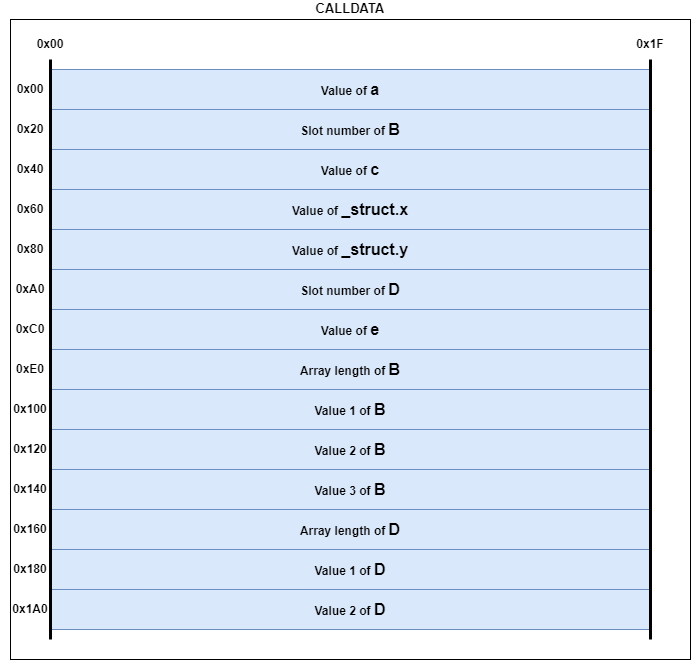
zigtur/Rareskills-Solidity-Bootcamp keeps this draw.io diagram as General/images/calldata-layout.png. Above is the earlier version. Source tidied: cells renumbered, new cells last; positions are measured from the earlier drawing's top-left corner, leaving out a move shared by most shapes. Its diagram source:
```xml
<mxGraphModel>
  <root>
    <mxCell id="0" />
    <mxCell id="1" parent="0" />
    <mxCell id="2" value="&lt;b&gt;&lt;font style=&quot;font-size: 13px;&quot;&gt;CALLDATA&lt;/font&gt;&lt;/b&gt;" style="rounded=0;whiteSpace=wrap;html=1;labelPosition=center;verticalLabelPosition=top;align=center;verticalAlign=bottom;" parent="1" vertex="1">
      <mxGeometry x="10" width="680" height="640" as="geometry" />
    </mxCell>
    <mxCell id="3" value="&lt;b&gt;Value of &lt;font style=&quot;font-size: 16px;&quot;&gt;a&lt;/font&gt;&lt;/b&gt;" style="rounded=0;whiteSpace=wrap;html=1;fillColor=#dae8fc;strokeColor=#6c8ebf;" parent="1" vertex="1">
      <mxGeometry x="50" y="50" width="600" height="40" as="geometry" />
    </mxCell>
    <mxCell id="4" value="&lt;b&gt;Slot number of &lt;font style=&quot;font-size: 16px;&quot;&gt;B&lt;/font&gt;&lt;/b&gt;" style="rounded=0;whiteSpace=wrap;html=1;fillColor=#dae8fc;strokeColor=#6c8ebf;" parent="1" vertex="1">
      <mxGeometry x="50" y="90" width="600" height="40" as="geometry" />
    </mxCell>
    <mxCell id="5" value="&lt;b&gt;Value of &lt;font style=&quot;font-size: 16px;&quot;&gt;c&lt;/font&gt;&lt;/b&gt;" style="rounded=0;whiteSpace=wrap;html=1;fillColor=#dae8fc;strokeColor=#6c8ebf;" parent="1" vertex="1">
      <mxGeometry x="50" y="130" width="600" height="40" as="geometry" />
    </mxCell>
    <mxCell id="6" value="&lt;b&gt;Value of &lt;font style=&quot;font-size: 16px;&quot;&gt;_struct.x&lt;/font&gt;&lt;/b&gt;" style="rounded=0;whiteSpace=wrap;html=1;fillColor=#dae8fc;strokeColor=#6c8ebf;" parent="1" vertex="1">
      <mxGeometry x="50" y="170" width="600" height="40" as="geometry" />
    </mxCell>
    <mxCell id="7" value="0x00" style="text;html=1;strokeColor=none;fillColor=none;align=center;verticalAlign=middle;whiteSpace=wrap;rounded=0;fontStyle=1;" parent="1" vertex="1">
      <mxGeometry x="20" y="10" width="60" height="30" as="geometry" />
    </mxCell>
    <mxCell id="8" value="0x1F" style="text;html=1;strokeColor=none;fillColor=none;align=center;verticalAlign=middle;whiteSpace=wrap;rounded=0;fontStyle=1;" parent="1" vertex="1">
      <mxGeometry x="620" y="10" width="60" height="30" as="geometry" />
    </mxCell>
    <mxCell id="9" value="0x00" style="text;html=1;strokeColor=none;fillColor=none;align=center;verticalAlign=middle;whiteSpace=wrap;rounded=0;fontStyle=1;" parent="1" vertex="1">
      <mxGeometry y="55" width="60" height="30" as="geometry" />
    </mxCell>
    <mxCell id="10" value="0x20" style="text;html=1;strokeColor=none;fillColor=none;align=center;verticalAlign=middle;whiteSpace=wrap;rounded=0;fontStyle=1;" parent="1" vertex="1">
      <mxGeometry y="95" width="60" height="30" as="geometry" />
    </mxCell>
    <mxCell id="11" value="0x40" style="text;html=1;strokeColor=none;fillColor=none;align=center;verticalAlign=middle;whiteSpace=wrap;rounded=0;fontStyle=1;" parent="1" vertex="1">
      <mxGeometry y="135" width="60" height="30" as="geometry" />
    </mxCell>
    <mxCell id="12" value="0x60" style="text;html=1;strokeColor=none;fillColor=none;align=center;verticalAlign=middle;whiteSpace=wrap;rounded=0;fontStyle=1;" parent="1" vertex="1">
      <mxGeometry y="175" width="60" height="30" as="geometry" />
    </mxCell>
    <mxCell id="13" value="&lt;b&gt;Value of &lt;font style=&quot;font-size: 16px;&quot;&gt;_struct.y&lt;/font&gt;&lt;/b&gt;" style="rounded=0;whiteSpace=wrap;html=1;fillColor=#dae8fc;strokeColor=#6c8ebf;" parent="1" vertex="1">
      <mxGeometry x="50" y="210" width="600" height="40" as="geometry" />
    </mxCell>
    <mxCell id="14" value="&lt;b style=&quot;border-color: var(--border-color);&quot;&gt;Slot number of &lt;span style=&quot;font-size: 16px;&quot;&gt;D&lt;/span&gt;&lt;/b&gt;" style="rounded=0;whiteSpace=wrap;html=1;fillColor=#dae8fc;strokeColor=#6c8ebf;" parent="1" vertex="1">
      <mxGeometry x="50" y="250" width="600" height="40" as="geometry" />
    </mxCell>
    <mxCell id="15" value="&lt;b&gt;Value of &lt;span style=&quot;font-size: 16px;&quot;&gt;e&lt;/span&gt;&lt;/b&gt;" style="rounded=0;whiteSpace=wrap;html=1;fillColor=#dae8fc;strokeColor=#6c8ebf;" parent="1" vertex="1">
      <mxGeometry x="50" y="290" width="600" height="40" as="geometry" />
    </mxCell>
    <mxCell id="16" value="&lt;b&gt;Array length of&amp;nbsp;&lt;font style=&quot;font-size: 16px;&quot;&gt;B&lt;/font&gt;&lt;/b&gt;" style="rounded=0;whiteSpace=wrap;html=1;fillColor=#dae8fc;strokeColor=#6c8ebf;" parent="1" vertex="1">
      <mxGeometry x="50" y="330" width="600" height="40" as="geometry" />
    </mxCell>
    <mxCell id="17" value="&lt;b&gt;Value 1 of&amp;nbsp;&lt;font style=&quot;font-size: 16px;&quot;&gt;B&lt;/font&gt;&lt;/b&gt;" style="rounded=0;whiteSpace=wrap;html=1;fillColor=#dae8fc;strokeColor=#6c8ebf;" parent="1" vertex="1">
      <mxGeometry x="50" y="370" width="600" height="40" as="geometry" />
    </mxCell>
    <mxCell id="18" value="&lt;b&gt;Value 2 of&amp;nbsp;&lt;font style=&quot;font-size: 16px;&quot;&gt;B&lt;/font&gt;&lt;/b&gt;" style="rounded=0;whiteSpace=wrap;html=1;fillColor=#dae8fc;strokeColor=#6c8ebf;" parent="1" vertex="1">
      <mxGeometry x="50" y="410" width="600" height="40" as="geometry" />
    </mxCell>
    <mxCell id="19" value="&lt;b&gt;Value 3 of&amp;nbsp;&lt;font style=&quot;font-size: 16px;&quot;&gt;B&lt;/font&gt;&lt;/b&gt;" style="rounded=0;whiteSpace=wrap;html=1;fillColor=#dae8fc;strokeColor=#6c8ebf;" parent="1" vertex="1">
      <mxGeometry x="50" y="450" width="600" height="40" as="geometry" />
    </mxCell>
    <mxCell id="20" value="&lt;b&gt;Array length of &lt;span style=&quot;font-size: 16px;&quot;&gt;D&lt;/span&gt;&lt;/b&gt;" style="rounded=0;whiteSpace=wrap;html=1;fillColor=#dae8fc;strokeColor=#6c8ebf;" parent="1" vertex="1">
      <mxGeometry x="50" y="490" width="600" height="40" as="geometry" />
    </mxCell>
    <mxCell id="21" value="&lt;b style=&quot;border-color: var(--border-color);&quot;&gt;Value 1 of &lt;span style=&quot;font-size: 16px;&quot;&gt;D&lt;/span&gt;&lt;/b&gt;" style="rounded=0;whiteSpace=wrap;html=1;fillColor=#dae8fc;strokeColor=#6c8ebf;" parent="1" vertex="1">
      <mxGeometry x="50" y="530" width="600" height="40" as="geometry" />
    </mxCell>
    <mxCell id="22" value="&lt;b style=&quot;border-color: var(--border-color);&quot;&gt;Value 2 of &lt;span style=&quot;font-size: 16px;&quot;&gt;D&lt;/span&gt;&lt;/b&gt;" style="rounded=0;whiteSpace=wrap;html=1;fillColor=#dae8fc;strokeColor=#6c8ebf;" parent="1" vertex="1">
      <mxGeometry x="50" y="570" width="600" height="40" as="geometry" />
    </mxCell>
    <mxCell id="23" style="endArrow=none;html=1;rounded=0;strokeWidth=3;" parent="1" edge="1">
      <mxGeometry relative="1" as="geometry">
        <mxPoint x="650" y="620" as="sourcePoint" />
        <mxPoint x="650" y="40" as="targetPoint" />
      </mxGeometry>
    </mxCell>
    <mxCell id="24" style="endArrow=none;html=1;rounded=0;strokeWidth=3;" parent="1" edge="1">
      <mxGeometry relative="1" as="geometry">
        <mxPoint x="50" y="620" as="sourcePoint" />
        <mxPoint x="50" y="40" as="targetPoint" />
      </mxGeometry>
    </mxCell>
    <mxCell id="25" value="0x80" style="text;html=1;strokeColor=none;fillColor=none;align=center;verticalAlign=middle;whiteSpace=wrap;rounded=0;fontStyle=1;" parent="1" vertex="1">
      <mxGeometry y="215" width="60" height="30" as="geometry" />
    </mxCell>
    <mxCell id="26" value="0xA0" style="text;html=1;strokeColor=none;fillColor=none;align=center;verticalAlign=middle;whiteSpace=wrap;rounded=0;fontStyle=1;" parent="1" vertex="1">
      <mxGeometry y="255" width="60" height="30" as="geometry" />
    </mxCell>
    <mxCell id="27" value="0xC0" style="text;html=1;strokeColor=none;fillColor=none;align=center;verticalAlign=middle;whiteSpace=wrap;rounded=0;fontStyle=1;" parent="1" vertex="1">
      <mxGeometry y="295" width="60" height="30" as="geometry" />
    </mxCell>
    <mxCell id="28" value="0xE0" style="text;html=1;strokeColor=none;fillColor=none;align=center;verticalAlign=middle;whiteSpace=wrap;rounded=0;fontStyle=1;" parent="1" vertex="1">
      <mxGeometry y="335" width="60" height="30" as="geometry" />
    </mxCell>
    <mxCell id="29" value="0x100" style="text;html=1;strokeColor=none;fillColor=none;align=center;verticalAlign=middle;whiteSpace=wrap;rounded=0;fontStyle=1;" parent="1" vertex="1">
      <mxGeometry y="375" width="60" height="30" as="geometry" />
    </mxCell>
    <mxCell id="30" value="0x120" style="text;html=1;strokeColor=none;fillColor=none;align=center;verticalAlign=middle;whiteSpace=wrap;rounded=0;fontStyle=1;" parent="1" vertex="1">
      <mxGeometry y="415" width="60" height="30" as="geometry" />
    </mxCell>
    <mxCell id="31" value="0x140" style="text;html=1;strokeColor=none;fillColor=none;align=center;verticalAlign=middle;whiteSpace=wrap;rounded=0;fontStyle=1;" parent="1" vertex="1">
      <mxGeometry y="455" width="60" height="30" as="geometry" />
    </mxCell>
    <mxCell id="32" value="0x160" style="text;html=1;strokeColor=none;fillColor=none;align=center;verticalAlign=middle;whiteSpace=wrap;rounded=0;fontStyle=1;" parent="1" vertex="1">
      <mxGeometry y="495" width="60" height="30" as="geometry" />
    </mxCell>
    <mxCell id="33" value="0x180" style="text;html=1;strokeColor=none;fillColor=none;align=center;verticalAlign=middle;whiteSpace=wrap;rounded=0;fontStyle=1;" parent="1" vertex="1">
      <mxGeometry y="535" width="60" height="30" as="geometry" />
    </mxCell>
    <mxCell id="34" value="0x1A0" style="text;html=1;strokeColor=none;fillColor=none;align=center;verticalAlign=middle;whiteSpace=wrap;rounded=0;fontStyle=1;" parent="1" vertex="1">
      <mxGeometry y="575" width="60" height="30" as="geometry" />
    </mxCell>
  </root>
</mxGraphModel>
```
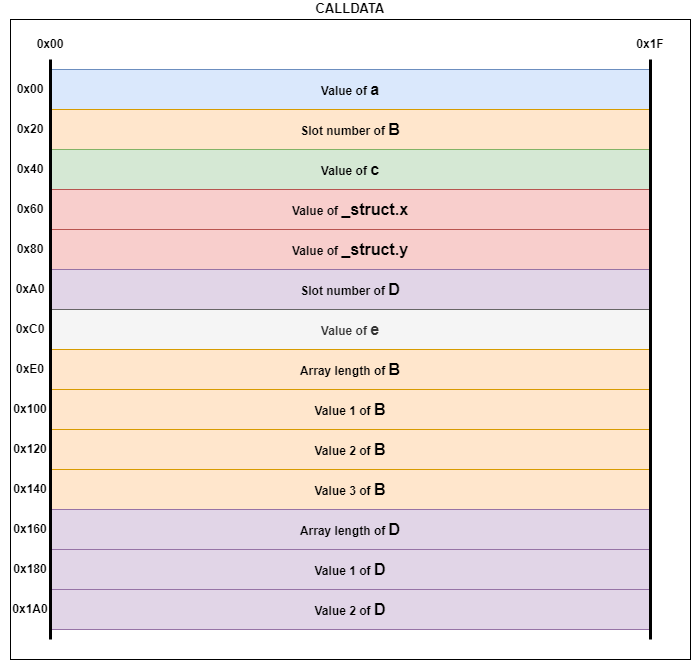
The same file after the commit.

Commit message:
Week11 - Adding color to drawing of Yual-and-Assembly.md

Change to the diagram source:
```diff
@@ -8,13 +8,13 @@
     <mxCell id="3" value="&lt;b&gt;Value of &lt;font style=&quot;font-size: 16px;&quot;&gt;a&lt;/font&gt;&lt;/b&gt;" style="rounded=0;whiteSpace=wrap;html=1;fillColor=#dae8fc;strokeColor=#6c8ebf;" parent="1" vertex="1">
       <mxGeometry x="50" y="50" width="600" height="40" as="geometry" />
     </mxCell>
-    <mxCell id="4" value="&lt;b&gt;Slot number of &lt;font style=&quot;font-size: 16px;&quot;&gt;B&lt;/font&gt;&lt;/b&gt;" style="rounded=0;whiteSpace=wrap;html=1;fillColor=#dae8fc;strokeColor=#6c8ebf;" parent="1" vertex="1">
+    <mxCell id="4" value="&lt;b&gt;Slot number of &lt;font style=&quot;font-size: 16px;&quot;&gt;B&lt;/font&gt;&lt;/b&gt;" style="rounded=0;whiteSpace=wrap;html=1;fillColor=#ffe6cc;strokeColor=#d79b00;" parent="1" vertex="1">
       <mxGeometry x="50" y="90" width="600" height="40" as="geometry" />
     </mxCell>
-    <mxCell id="5" value="&lt;b&gt;Value of &lt;font style=&quot;font-size: 16px;&quot;&gt;c&lt;/font&gt;&lt;/b&gt;" style="rounded=0;whiteSpace=wrap;html=1;fillColor=#dae8fc;strokeColor=#6c8ebf;" parent="1" vertex="1">
+    <mxCell id="5" value="&lt;b&gt;Value of &lt;font style=&quot;font-size: 16px;&quot;&gt;c&lt;/font&gt;&lt;/b&gt;" style="rounded=0;whiteSpace=wrap;html=1;fillColor=#d5e8d4;strokeColor=#82b366;" parent="1" vertex="1">
       <mxGeometry x="50" y="130" width="600" height="40" as="geometry" />
     </mxCell>
-    <mxCell id="6" value="&lt;b&gt;Value of &lt;font style=&quot;font-size: 16px;&quot;&gt;_struct.x&lt;/font&gt;&lt;/b&gt;" style="rounded=0;whiteSpace=wrap;html=1;fillColor=#dae8fc;strokeColor=#6c8ebf;" parent="1" vertex="1">
+    <mxCell id="6" value="&lt;b&gt;Value of &lt;font style=&quot;font-size: 16px;&quot;&gt;_struct.x&lt;/font&gt;&lt;/b&gt;" style="rounded=0;whiteSpace=wrap;html=1;fillColor=#f8cecc;strokeColor=#b85450;" parent="1" vertex="1">
       <mxGeometry x="50" y="170" width="600" height="40" as="geometry" />
     </mxCell>
     <mxCell id="7" value="0x00" style="text;html=1;strokeColor=none;fillColor=none;align=center;verticalAlign=middle;whiteSpace=wrap;rounded=0;fontStyle=1;" parent="1" vertex="1">
@@ -35,34 +35,34 @@
     <mxCell id="12" value="0x60" style="text;html=1;strokeColor=none;fillColor=none;align=center;verticalAlign=middle;whiteSpace=wrap;rounded=0;fontStyle=1;" parent="1" vertex="1">
       <mxGeometry y="175" width="60" height="30" as="geometry" />
     </mxCell>
-    <mxCell id="13" value="&lt;b&gt;Value of &lt;font style=&quot;font-size: 16px;&quot;&gt;_struct.y&lt;/font&gt;&lt;/b&gt;" style="rounded=0;whiteSpace=wrap;html=1;fillColor=#dae8fc;strokeColor=#6c8ebf;" parent="1" vertex="1">
+    <mxCell id="13" value="&lt;b&gt;Value of &lt;font style=&quot;font-size: 16px;&quot;&gt;_struct.y&lt;/font&gt;&lt;/b&gt;" style="rounded=0;whiteSpace=wrap;html=1;fillColor=#f8cecc;strokeColor=#b85450;" parent="1" vertex="1">
       <mxGeometry x="50" y="210" width="600" height="40" as="geometry" />
     </mxCell>
-    <mxCell id="14" value="&lt;b style=&quot;border-color: var(--border-color);&quot;&gt;Slot number of &lt;span style=&quot;font-size: 16px;&quot;&gt;D&lt;/span&gt;&lt;/b&gt;" style="rounded=0;whiteSpace=wrap;html=1;fillColor=#dae8fc;strokeColor=#6c8ebf;" parent="1" vertex="1">
+    <mxCell id="14" value="&lt;b style=&quot;border-color: var(--border-color);&quot;&gt;Slot number of &lt;span style=&quot;font-size: 16px;&quot;&gt;D&lt;/span&gt;&lt;/b&gt;" style="rounded=0;whiteSpace=wrap;html=1;fillColor=#e1d5e7;strokeColor=#9673a6;" parent="1" vertex="1">
       <mxGeometry x="50" y="250" width="600" height="40" as="geometry" />
     </mxCell>
-    <mxCell id="15" value="&lt;b&gt;Value of &lt;span style=&quot;font-size: 16px;&quot;&gt;e&lt;/span&gt;&lt;/b&gt;" style="rounded=0;whiteSpace=wrap;html=1;fillColor=#dae8fc;strokeColor=#6c8ebf;" parent="1" vertex="1">
+    <mxCell id="15" value="&lt;b&gt;Value of &lt;span style=&quot;font-size: 16px;&quot;&gt;e&lt;/span&gt;&lt;/b&gt;" style="rounded=0;whiteSpace=wrap;html=1;fillColor=#f5f5f5;strokeColor=#666666;fontColor=#333333;" parent="1" vertex="1">
       <mxGeometry x="50" y="290" width="600" height="40" as="geometry" />
     </mxCell>
-    <mxCell id="16" value="&lt;b&gt;Array length of&amp;nbsp;&lt;font style=&quot;font-size: 16px;&quot;&gt;B&lt;/font&gt;&lt;/b&gt;" style="rounded=0;whiteSpace=wrap;html=1;fillColor=#dae8fc;strokeColor=#6c8ebf;" parent="1" vertex="1">
+    <mxCell id="16" value="&lt;b&gt;Array length of&amp;nbsp;&lt;font style=&quot;font-size: 16px;&quot;&gt;B&lt;/font&gt;&lt;/b&gt;" style="rounded=0;whiteSpace=wrap;html=1;fillColor=#ffe6cc;strokeColor=#d79b00;" parent="1" vertex="1">
       <mxGeometry x="50" y="330" width="600" height="40" as="geometry" />
     </mxCell>
-    <mxCell id="17" value="&lt;b&gt;Value 1 of&amp;nbsp;&lt;font style=&quot;font-size: 16px;&quot;&gt;B&lt;/font&gt;&lt;/b&gt;" style="rounded=0;whiteSpace=wrap;html=1;fillColor=#dae8fc;strokeColor=#6c8ebf;" parent="1" vertex="1">
+    <mxCell id="17" value="&lt;b&gt;Value 1 of&amp;nbsp;&lt;font style=&quot;font-size: 16px;&quot;&gt;B&lt;/font&gt;&lt;/b&gt;" style="rounded=0;whiteSpace=wrap;html=1;fillColor=#ffe6cc;strokeColor=#d79b00;" parent="1" vertex="1">
       <mxGeometry x="50" y="370" width="600" height="40" as="geometry" />
     </mxCell>
-    <mxCell id="18" value="&lt;b&gt;Value 2 of&amp;nbsp;&lt;font style=&quot;font-size: 16px;&quot;&gt;B&lt;/font&gt;&lt;/b&gt;" style="rounded=0;whiteSpace=wrap;html=1;fillColor=#dae8fc;strokeColor=#6c8ebf;" parent="1" vertex="1">
+    <mxCell id="18" value="&lt;b&gt;Value 2 of&amp;nbsp;&lt;font style=&quot;font-size: 16px;&quot;&gt;B&lt;/font&gt;&lt;/b&gt;" style="rounded=0;whiteSpace=wrap;html=1;fillColor=#ffe6cc;strokeColor=#d79b00;" parent="1" vertex="1">
       <mxGeometry x="50" y="410" width="600" height="40" as="geometry" />
     </mxCell>
-    <mxCell id="19" value="&lt;b&gt;Value 3 of&amp;nbsp;&lt;font style=&quot;font-size: 16px;&quot;&gt;B&lt;/font&gt;&lt;/b&gt;" style="rounded=0;whiteSpace=wrap;html=1;fillColor=#dae8fc;strokeColor=#6c8ebf;" parent="1" vertex="1">
+    <mxCell id="19" value="&lt;b&gt;Value 3 of&amp;nbsp;&lt;font style=&quot;font-size: 16px;&quot;&gt;B&lt;/font&gt;&lt;/b&gt;" style="rounded=0;whiteSpace=wrap;html=1;fillColor=#ffe6cc;strokeColor=#d79b00;" parent="1" vertex="1">
       <mxGeometry x="50" y="450" width="600" height="40" as="geometry" />
     </mxCell>
-    <mxCell id="20" value="&lt;b&gt;Array length of &lt;span style=&quot;font-size: 16px;&quot;&gt;D&lt;/span&gt;&lt;/b&gt;" style="rounded=0;whiteSpace=wrap;html=1;fillColor=#dae8fc;strokeColor=#6c8ebf;" parent="1" vertex="1">
+    <mxCell id="20" value="&lt;b&gt;Array length of &lt;span style=&quot;font-size: 16px;&quot;&gt;D&lt;/span&gt;&lt;/b&gt;" style="rounded=0;whiteSpace=wrap;html=1;fillColor=#e1d5e7;strokeColor=#9673a6;" parent="1" vertex="1">
       <mxGeometry x="50" y="490" width="600" height="40" as="geometry" />
     </mxCell>
-    <mxCell id="21" value="&lt;b style=&quot;border-color: var(--border-color);&quot;&gt;Value 1 of &lt;span style=&quot;font-size: 16px;&quot;&gt;D&lt;/span&gt;&lt;/b&gt;" style="rounded=0;whiteSpace=wrap;html=1;fillColor=#dae8fc;strokeColor=#6c8ebf;" parent="1" vertex="1">
+    <mxCell id="21" value="&lt;b style=&quot;border-color: var(--border-color);&quot;&gt;Value 1 of &lt;span style=&quot;font-size: 16px;&quot;&gt;D&lt;/span&gt;&lt;/b&gt;" style="rounded=0;whiteSpace=wrap;html=1;fillColor=#e1d5e7;strokeColor=#9673a6;" parent="1" vertex="1">
       <mxGeometry x="50" y="530" width="600" height="40" as="geometry" />
     </mxCell>
-    <mxCell id="22" value="&lt;b style=&quot;border-color: var(--border-color);&quot;&gt;Value 2 of &lt;span style=&quot;font-size: 16px;&quot;&gt;D&lt;/span&gt;&lt;/b&gt;" style="rounded=0;whiteSpace=wrap;html=1;fillColor=#dae8fc;strokeColor=#6c8ebf;" parent="1" vertex="1">
+    <mxCell id="22" value="&lt;b style=&quot;border-color: var(--border-color);&quot;&gt;Value 2 of &lt;span style=&quot;font-size: 16px;&quot;&gt;D&lt;/span&gt;&lt;/b&gt;" style="rounded=0;whiteSpace=wrap;html=1;fillColor=#e1d5e7;strokeColor=#9673a6;" parent="1" vertex="1">
       <mxGeometry x="50" y="570" width="600" height="40" as="geometry" />
     </mxCell>
     <mxCell id="23" style="endArrow=none;html=1;rounded=0;strokeWidth=3;" parent="1" edge="1">
```
